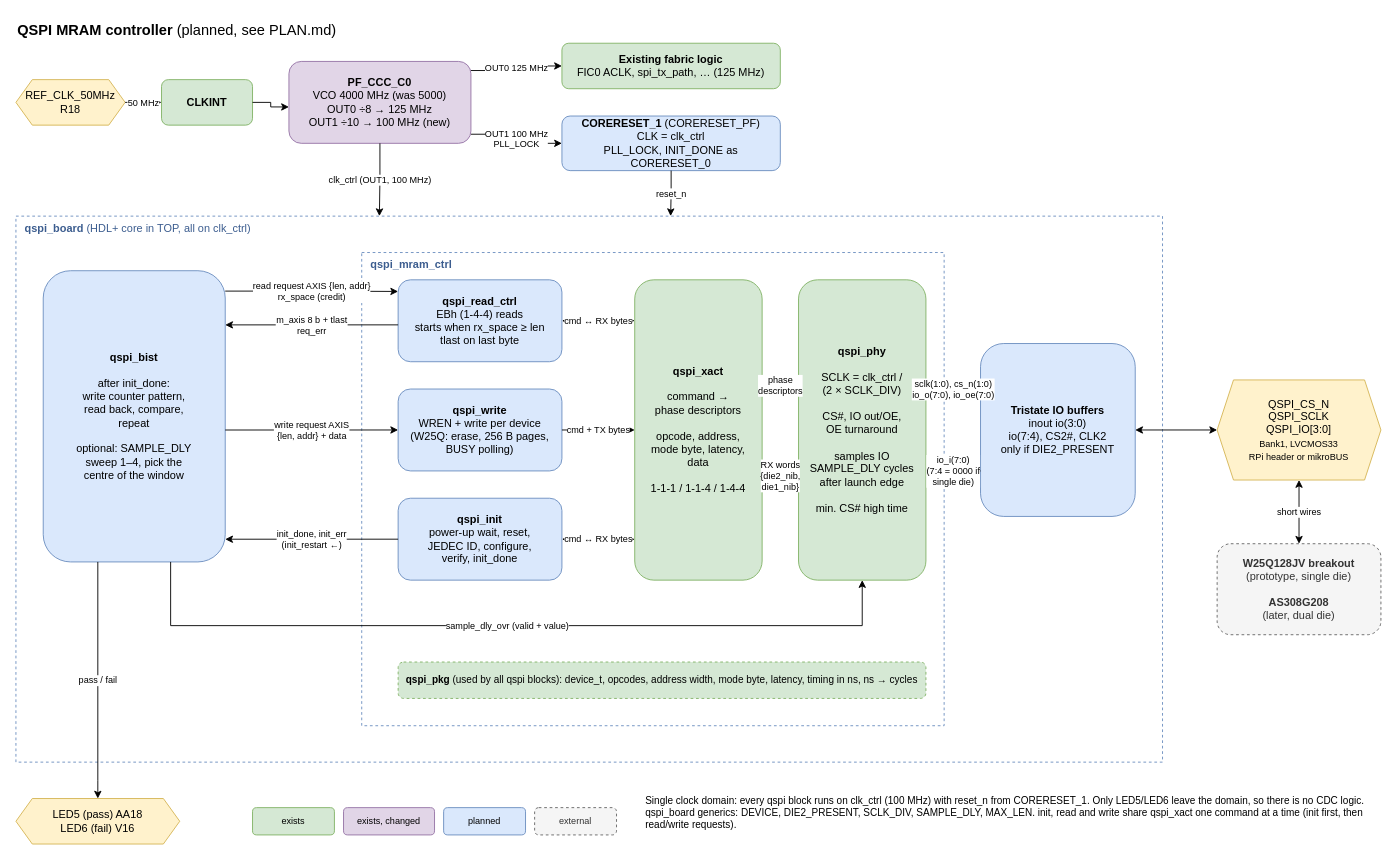
Earlier version of the draw.io diagram documentation/qspi_controller.drawio (jenswilly/polarfire_simple). Source tidied: cells renumbered, new cells numbered last; positions are measured from the earlier drawing's top-left corner, leaving out a move shared by most shapes. Both pictures are drawn from the tidied source at 91%, with x=0, y=0 at pixel (15, 15).
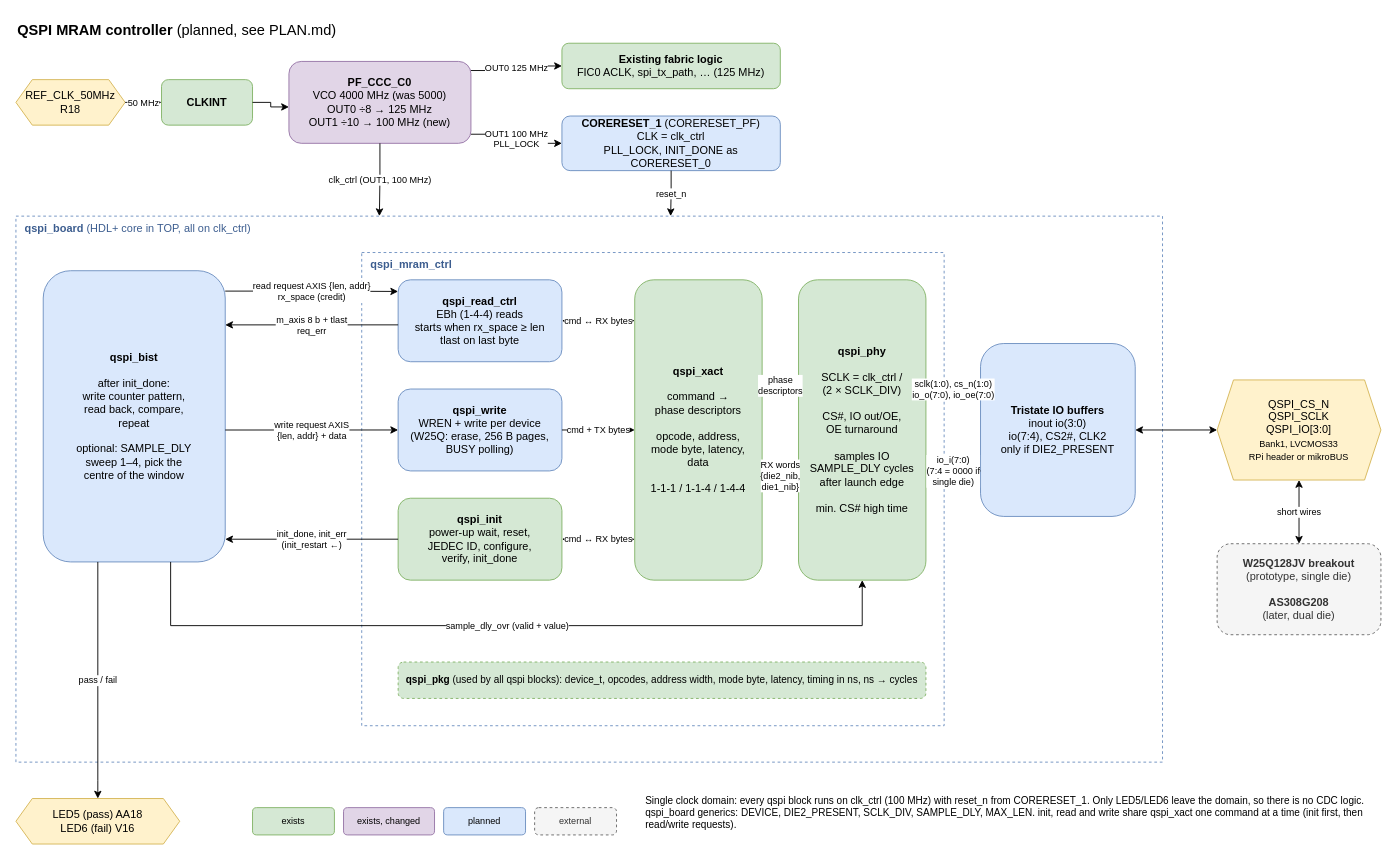
The same page after the edit.

The edit, as a diff of the source:
```diff
@@
-    <mxCell id="19" value="&lt;b&gt;qspi_init&lt;/b&gt;&lt;br&gt;power-up wait, reset,&lt;br&gt;JEDEC ID, configure,&lt;br&gt;verify, init_done" style="rounded=1;whiteSpace=wrap;html=1;fillColor=#dae8fc;strokeColor=#6c8ebf;" parent="1" vertex="1">
+    <mxCell id="19" value="&lt;b&gt;qspi_init&lt;/b&gt;&lt;br&gt;power-up wait, reset,&lt;br&gt;JEDEC ID, configure,&lt;br&gt;verify, init_done" style="rounded=1;whiteSpace=wrap;html=1;fillColor=#d5e8d4;strokeColor=#82b366;" parent="1" vertex="1">
       <mxGeometry x="420" y="530" width="180" height="90" as="geometry" />
     </mxCell>
```
